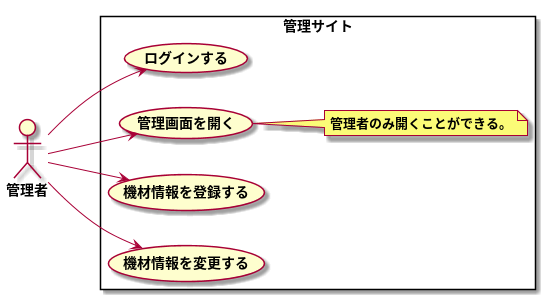
Earlier version of the PlantUML export modeling/05_Usecase_機材管理/Usecase.png (TakashiOnawa/ddd-practice-studio-reservation).
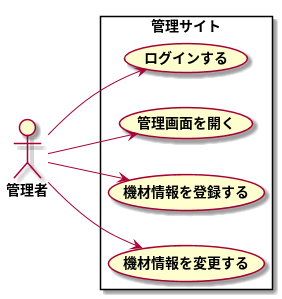
After the change.

Change to the diagram source:
```diff
@@ -9,10 +9,6 @@
     管理者 --> (管理画面を開く)
     管理者 --> (機材情報を登録する)
     管理者 --> (機材情報を変更する)
-
-    note right of (管理画面を開く)
-    管理者のみ開くことができる。
-    end note
 }
 
 @enduml
```
